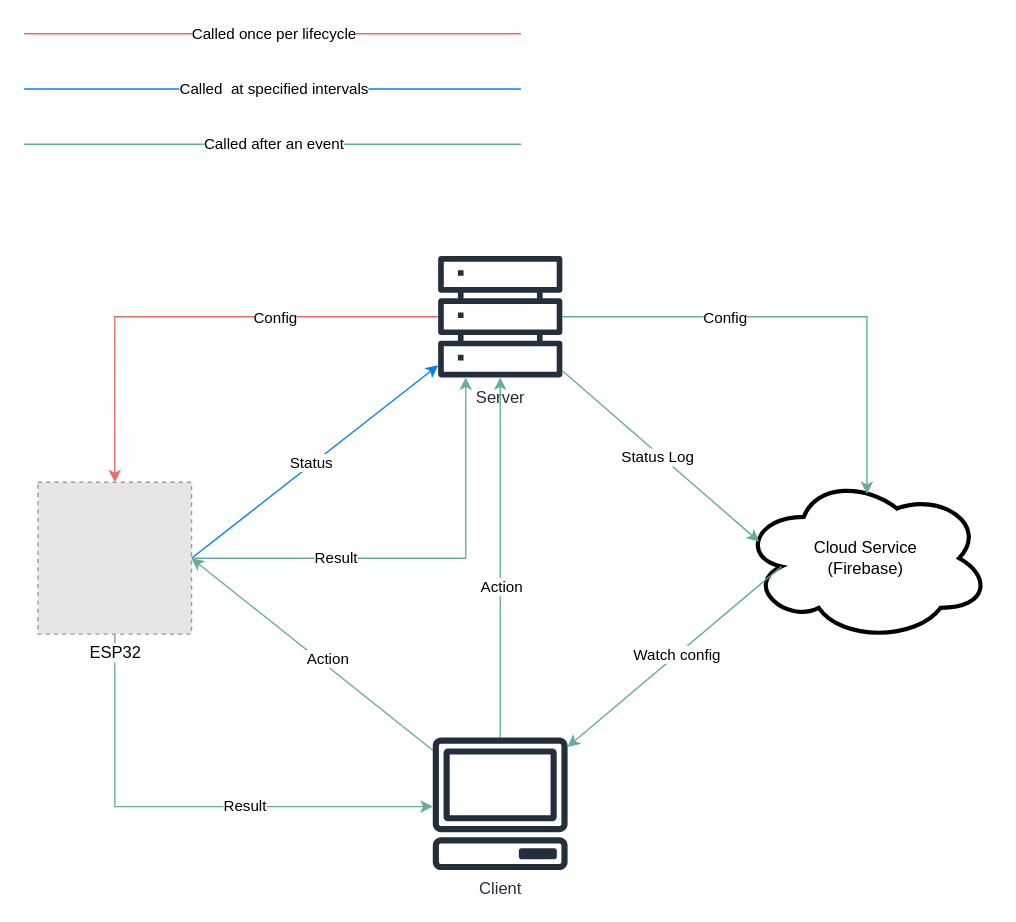
Earlier version of the draw.io diagram system_design.drawio (dev-tronghieu/laplalaplanh). Source tidied: cells renumbered, new cells numbered last; positions are measured from the earlier drawing's top-left corner, leaving out a move shared by most shapes. Both pictures are drawn from the tidied source at 138%, with x=0, y=0 at pixel (23, 33). Pictures stored in the file or linked from it are replaced by grey dashed boxes.
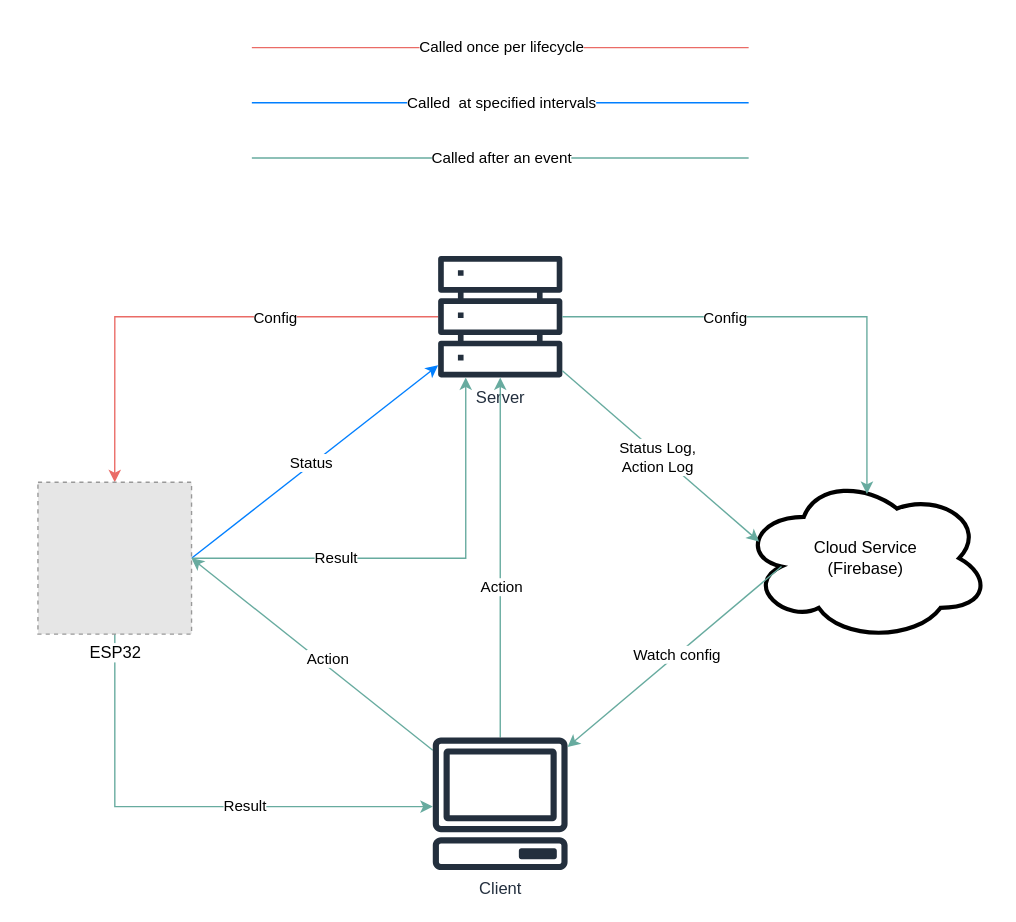
The same diagram, later.

Commit message:
docs: add missing action log

Unchanged cells that the change refers to:
```xml
<mxCell id="15" style="edgeStyle=none;shape=connector;rounded=0;jettySize=auto;html=1;entryX=0.07;entryY=0.4;entryDx=0;entryDy=0;entryPerimeter=0;labelBackgroundColor=default;strokeColor=#67AB9F;align=center;verticalAlign=middle;fontFamily=Helvetica;fontSize=11;fontColor=default;endArrow=classic;" parent="1" edge="1" source="5" target="2">
  <mxGeometry relative="1" as="geometry" />
</mxCell>
```

Change to the diagram source:
```diff
@@
-    <mxCell id="16" value="Status Log" style="edgeLabel;html=1;align=center;verticalAlign=middle;" parent="15" vertex="1">
+    <mxCell id="16" value="Status Log,&lt;br&gt;Action Log" style="edgeLabel;html=1;align=center;verticalAlign=middle;" parent="15" vertex="1">
       <mxGeometry x="-0.02" y="-2" relative="1" as="geometry" />
     </mxCell>
@@
     <mxCell id="20" style="endArrow=none;html=1;rounded=0;strokeColor=#EA6B66;" parent="1" edge="1">
       <mxGeometry relative="1" as="geometry">
-        <mxPoint as="sourcePoint" />
-        <mxPoint x="360" as="targetPoint" />
+        <mxPoint x="165" y="10" as="sourcePoint" />
+        <mxPoint x="525" y="10" as="targetPoint" />
       </mxGeometry>
     </mxCell>
@@
     <mxCell id="22" style="endArrow=none;html=1;rounded=0;strokeColor=#007FFF;" parent="1" edge="1">
       <mxGeometry relative="1" as="geometry">
-        <mxPoint y="40" as="sourcePoint" />
-        <mxPoint x="360" y="40" as="targetPoint" />
+        <mxPoint x="165" y="50" as="sourcePoint" />
+        <mxPoint x="525" y="50" as="targetPoint" />
       </mxGeometry>
     </mxCell>
@@
     <mxCell id="24" style="endArrow=none;html=1;rounded=0;strokeColor=#67AB9F;" parent="1" edge="1">
       <mxGeometry relative="1" as="geometry">
-        <mxPoint y="80" as="sourcePoint" />
-        <mxPoint x="360" y="80" as="targetPoint" />
+        <mxPoint x="165" y="90" as="sourcePoint" />
+        <mxPoint x="525" y="90" as="targetPoint" />
       </mxGeometry>
     </mxCell>
```
